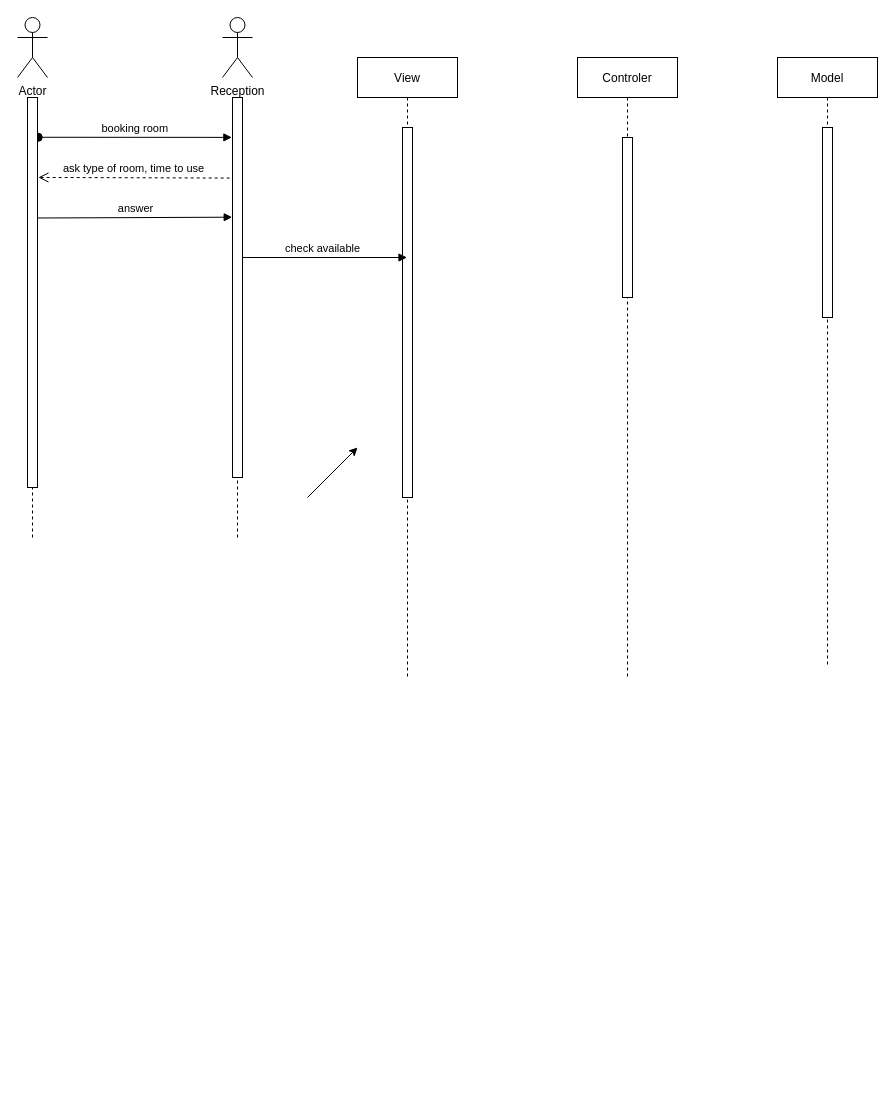
Earlier version of the draw.io diagram Diagram/Sequence Diagram.drawio (jonathanha52/SE104.L23.PMCL). Source tidied: cells renumbered, new cells numbered last; positions are measured from the earlier drawing's top-left corner, leaving out a move shared by most shapes. Both pictures are drawn from the tidied source at 100%, with x=0, y=0 at pixel (17, 17).
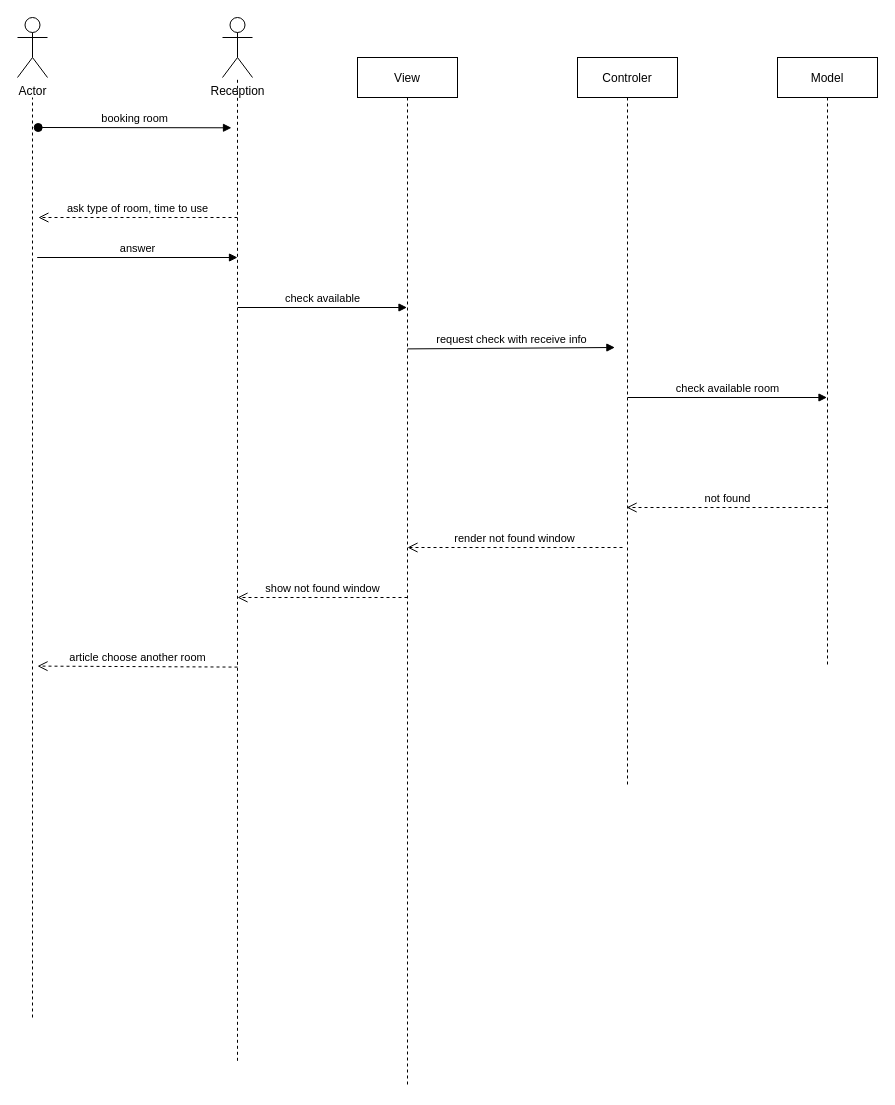
Above is the later version.

Unchanged cells that the change refers to:
```xml
<mxCell id="6" value="Model" style="shape=umlLifeline;perimeter=lifelinePerimeter;rounded=0;shadow=0;strokeWidth=1;" parent="1" vertex="1">
  <mxGeometry x="760" y="40" width="100" height="610" as="geometry" />
</mxCell>
<mxCell id="8" value="Reception" style="shape=umlActor;verticalLabelPosition=bottom;verticalAlign=top;html=1;outlineConnect=0;" parent="1" vertex="1">
  <mxGeometry x="205" width="30" height="60" as="geometry" />
</mxCell>
```

What changed in the source:
```diff
@@
     <mxCell id="2" value="View" style="shape=umlLifeline;perimeter=lifelinePerimeter;rounded=0;shadow=0;strokeWidth=1;" parent="1" vertex="1">
-      <mxGeometry x="340" y="40" width="100" height="620" as="geometry" />
+      <mxGeometry x="340" y="40" width="100" height="1030" as="geometry" />
     </mxCell>
-    <mxCell id="3" style="perimeter=orthogonalPerimeter;rounded=0;shadow=0;strokeWidth=1;" parent="2" vertex="1">
-      <mxGeometry x="45" y="70" width="10" height="370" as="geometry" />
-    </mxCell>
+    <mxCell id="16" value="check&amp;nbsp;available" style="html=1;verticalAlign=bottom;endArrow=block;" parent="2" edge="1">
+      <mxGeometry relative="1" as="geometry">
+        <mxPoint x="-120" y="250" as="sourcePoint" />
+        <mxPoint x="49.5" y="250" as="targetPoint" />
+      </mxGeometry>
+    </mxCell>
     <mxCell id="4" value="Controler" style="shape=umlLifeline;perimeter=lifelinePerimeter;rounded=0;shadow=0;strokeWidth=1;" parent="1" vertex="1">
-      <mxGeometry x="560" y="40" width="100" height="620" as="geometry" />
+      <mxGeometry x="560" y="40" width="100" height="730" as="geometry" />
     </mxCell>
-    <mxCell id="5" style="perimeter=orthogonalPerimeter;rounded=0;shadow=0;strokeWidth=1;" parent="4" vertex="1">
-      <mxGeometry x="45" y="80" width="10" height="160" as="geometry" />
-    </mxCell>
@@
-    <mxCell id="7" style="perimeter=orthogonalPerimeter;rounded=0;shadow=0;strokeWidth=1;" parent="6" vertex="1">
-      <mxGeometry x="45" y="70" width="10" height="190" as="geometry" />
-    </mxCell>
@@
-    <mxCell id="10" style="endArrow=none;dashed=1;html=1;startArrow=none;" parent="1" edge="1" source="19">
+    <mxCell id="10" style="endArrow=none;dashed=1;html=1;startArrow=none;" parent="1" edge="1">
       <mxGeometry relative="1" as="geometry">
+        <mxPoint x="15" y="80" as="sourcePoint" />
         <mxPoint x="15" y="80" as="targetPoint" />
       </mxGeometry>
     </mxCell>
-    <mxCell id="11" style="endArrow=classic;html=1;" parent="1" edge="1">
-      <mxGeometry relative="1" as="geometry">
-        <mxPoint x="290" y="480" as="sourcePoint" />
-        <mxPoint x="340" y="430" as="targetPoint" />
-      </mxGeometry>
-    </mxCell>
-    <mxCell id="12" value="booking room" style="verticalAlign=bottom;startArrow=oval;endArrow=block;startSize=8;shadow=0;strokeWidth=1;entryX=-0.064;entryY=0.105;entryDx=0;entryDy=0;entryPerimeter=0;exitX=1.073;exitY=0.102;exitDx=0;exitDy=0;exitPerimeter=0;" parent="1" edge="1" source="19" target="17">
-      <mxGeometry relative="1" as="geometry" />
+    <mxCell id="12" value="booking room" style="verticalAlign=bottom;startArrow=oval;endArrow=block;startSize=8;shadow=0;strokeWidth=1;exitX=1.073;exitY=0.102;exitDx=0;exitDy=0;exitPerimeter=0;" parent="1" edge="1">
+      <mxGeometry relative="1" as="geometry">
+        <mxPoint x="20.7" y="110" as="sourcePoint" />
+        <mxPoint x="214" y="110.3" as="targetPoint" />
+      </mxGeometry>
     </mxCell>
-    <mxCell id="13" style="endArrow=none;dashed=1;html=1;startArrow=none;" parent="1" edge="1" source="17">
+    <mxCell id="13" style="endArrow=none;dashed=1;html=1;startArrow=none;" parent="1" edge="1">
       <mxGeometry relative="1" as="geometry">
+        <mxPoint x="220" y="80" as="sourcePoint" />
         <mxPoint x="220" y="80" as="targetPoint" />
       </mxGeometry>
     </mxCell>
-    <mxCell id="14" value="ask type of room, time to use" style="html=1;verticalAlign=bottom;endArrow=open;dashed=1;endSize=8;entryX=1.087;entryY=0.205;entryDx=0;entryDy=0;entryPerimeter=0;exitX=-0.28;exitY=0.212;exitDx=0;exitDy=0;exitPerimeter=0;" parent="1" edge="1" source="17" target="19">
-      <mxGeometry relative="1" as="geometry" />
+    <mxCell id="14" value="ask type of room, time to use" style="html=1;verticalAlign=bottom;endArrow=open;dashed=1;endSize=8;entryX=1.087;entryY=0.205;entryDx=0;entryDy=0;entryPerimeter=0;" parent="1" edge="1">
+      <mxGeometry relative="1" as="geometry">
+        <mxPoint x="220" y="200" as="sourcePoint" />
+        <mxPoint x="20.9" y="200" as="targetPoint" />
+      </mxGeometry>
     </mxCell>
-    <mxCell id="15" value="answer" style="html=1;verticalAlign=bottom;endArrow=block;exitX=0.967;exitY=0.309;exitDx=0;exitDy=0;exitPerimeter=0;entryX=-0.029;entryY=0.315;entryDx=0;entryDy=0;entryPerimeter=0;" parent="1" edge="1" source="19" target="17">
-      <mxGeometry relative="1" as="geometry" />
+    <mxCell id="15" value="answer" style="html=1;verticalAlign=bottom;endArrow=block;exitX=0.967;exitY=0.309;exitDx=0;exitDy=0;exitPerimeter=0;" parent="1" edge="1">
+      <mxGeometry relative="1" as="geometry">
+        <mxPoint x="19.7" y="240" as="sourcePoint" />
+        <mxPoint x="220" y="240" as="targetPoint" />
+      </mxGeometry>
     </mxCell>
-    <mxCell id="16" value="check&amp;nbsp;available" style="html=1;verticalAlign=bottom;endArrow=block;" parent="1" edge="1" target="2">
-      <mxGeometry relative="1" as="geometry">
-        <mxPoint x="220" y="240" as="sourcePoint" />
-      </mxGeometry>
-    </mxCell>
-    <mxCell id="17" style="html=1;points=[];perimeter=orthogonalPerimeter;" parent="1" vertex="1">
-      <mxGeometry x="215" y="80" width="10" height="380" as="geometry" />
-    </mxCell>
-    <mxCell id="18" style="endArrow=none;dashed=1;html=1;" parent="1" edge="1" target="17">
+    <mxCell id="18" style="endArrow=none;dashed=1;html=1;" parent="1" edge="1" target="8">
       <mxGeometry relative="1" as="geometry">
-        <mxPoint x="220" y="520" as="sourcePoint" />
+        <mxPoint x="220" y="1043.3" as="sourcePoint" />
       </mxGeometry>
     </mxCell>
-    <mxCell id="19" style="html=1;points=[];perimeter=orthogonalPerimeter;" parent="1" vertex="1">
-      <mxGeometry x="10" y="80" width="10" height="390" as="geometry" />
-    </mxCell>
-    <mxCell id="20" style="endArrow=none;dashed=1;html=1;" parent="1" edge="1" target="19">
+    <mxCell id="20" style="endArrow=none;dashed=1;html=1;" parent="1" edge="1">
       <mxGeometry relative="1" as="geometry">
-        <mxPoint x="15" y="520" as="sourcePoint" />
+        <mxPoint x="15" y="1000" as="sourcePoint" />
+        <mxPoint x="15" y="80" as="targetPoint" />
       </mxGeometry>
     </mxCell>
+    <mxCell id="21" value="check&amp;nbsp;available room" style="html=1;verticalAlign=bottom;endArrow=block;" parent="1" edge="1">
+      <mxGeometry relative="1" as="geometry">
+        <mxPoint x="610" y="380" as="sourcePoint" />
+        <mxPoint x="809.5" y="380" as="targetPoint" />
+      </mxGeometry>
+    </mxCell>
+    <mxCell id="22" value="not found" style="html=1;verticalAlign=bottom;endArrow=open;dashed=1;endSize=8;" parent="1" edge="1">
+      <mxGeometry relative="1" as="geometry">
+        <mxPoint x="810" y="490" as="sourcePoint" />
+        <mxPoint x="609.1" y="490" as="targetPoint" />
+      </mxGeometry>
+    </mxCell>
+    <mxCell id="23" value="render not found window" style="html=1;verticalAlign=bottom;endArrow=open;dashed=1;endSize=8;" parent="1" edge="1">
+      <mxGeometry relative="1" as="geometry">
+        <mxPoint x="605" y="530" as="sourcePoint" />
+        <mxPoint x="390" y="530" as="targetPoint" />
+      </mxGeometry>
+    </mxCell>
+    <mxCell id="24" value="show not found window" style="html=1;verticalAlign=bottom;endArrow=open;dashed=1;endSize=8;" parent="1" edge="1">
+      <mxGeometry relative="1" as="geometry">
+        <mxPoint x="390" y="580" as="sourcePoint" />
+        <mxPoint x="220" y="580" as="targetPoint" />
+      </mxGeometry>
+    </mxCell>
+    <mxCell id="25" value="article choose another room" style="html=1;verticalAlign=bottom;endArrow=open;dashed=1;endSize=8;" parent="1" edge="1">
+      <mxGeometry relative="1" as="geometry">
+        <mxPoint x="220" y="649.6" as="sourcePoint" />
+        <mxPoint x="20" y="648.6" as="targetPoint" />
+      </mxGeometry>
+    </mxCell>
+    <mxCell id="26" value="request check with receive info" style="html=1;verticalAlign=bottom;endArrow=block;entryX=-0.256;entryY=0.423;entryDx=0;entryDy=0;entryPerimeter=0;" parent="1" edge="1">
+      <mxGeometry relative="1" as="geometry">
+        <mxPoint x="390" y="331.4" as="sourcePoint" />
+        <mxPoint x="597.4" y="330" as="targetPoint" />
+      </mxGeometry>
+    </mxCell>
```
